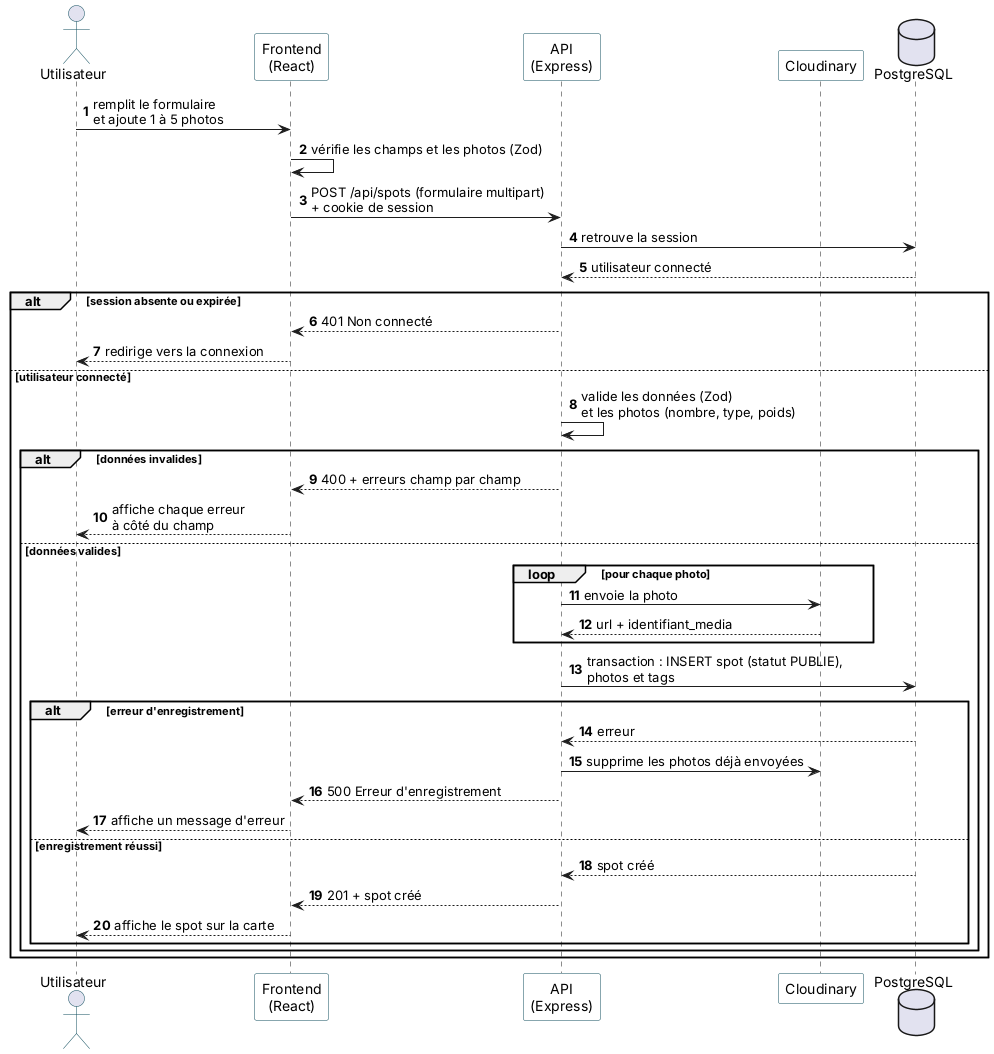
Above: docs/img/sequence-creer-spot.png in Lafuente-Nicolas/SpotLy-fil-rouge (PlantUML), before the change.
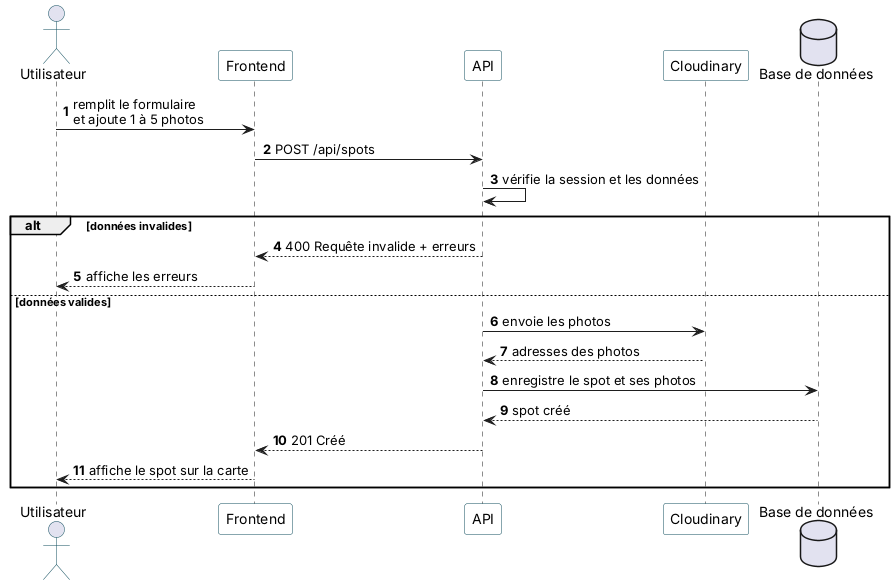
The same diagram one commit later.

Commit message:
docs(uml): simplifier les diagrammes de séquence

The edit, as a diff of the source:
```diff
@@ -1,7 +1,6 @@
 @startuml sequence-creer-spot
 skinparam shadowing false
 skinparam defaultFontName Arial
-skinparam sequenceMessageAlign left
 skinparam ParticipantBorderColor #0F4C5C
 skinparam ParticipantBackgroundColor #FFFFFF
 skinparam ActorBorderColor #0F4C5C
@@ -9,41 +8,24 @@
 autonumber
 
 actor "Utilisateur" as U
-participant "Frontend\n(React)" as F
-participant "API\n(Express)" as A
+participant "Frontend" as F
+participant "API" as A
 participant "Cloudinary" as C
-database "PostgreSQL" as B
+database "Base de données" as B
 
 U -> F : remplit le formulaire\net ajoute 1 à 5 photos
-F -> F : vérifie les champs et les photos (Zod)
-F -> A : POST /api/spots (formulaire multipart)\n+ cookie de session
-A -> B : retrouve la session
-B --> A : utilisateur connecté
+F -> A : POST /api/spots
+A -> A : vérifie la session et les données
 
-alt session absente ou expirée
-  A --> F : 401 Non connecté
-  F --> U : redirige vers la connexion
-else utilisateur connecté
-  A -> A : valide les données (Zod)\net les photos (nombre, type, poids)
-  alt données invalides
-    A --> F : 400 + erreurs champ par champ
-    F --> U : affiche chaque erreur\nà côté du champ
-  else données valides
-    loop pour chaque photo
-      A -> C : envoie la photo
-      C --> A : url + identifiant_media
-    end
-    A -> B : transaction : INSERT spot (statut PUBLIE),\nphotos et tags
-    alt erreur d'enregistrement
-      B --> A : erreur
-      A -> C : supprime les photos déjà envoyées
-      A --> F : 500 Erreur d'enregistrement
-      F --> U : affiche un message d'erreur
-    else enregistrement réussi
-      B --> A : spot créé
-      A --> F : 201 + spot créé
-      F --> U : affiche le spot sur la carte
-    end
-  end
+alt données invalides
+  A --> F : 400 Requête invalide + erreurs
+  F --> U : affiche les erreurs
+else données valides
+  A -> C : envoie les photos
+  C --> A : adresses des photos
+  A -> B : enregistre le spot et ses photos
+  B --> A : spot créé
+  A --> F : 201 Créé
+  F --> U : affiche le spot sur la carte
 end
 @enduml
```
